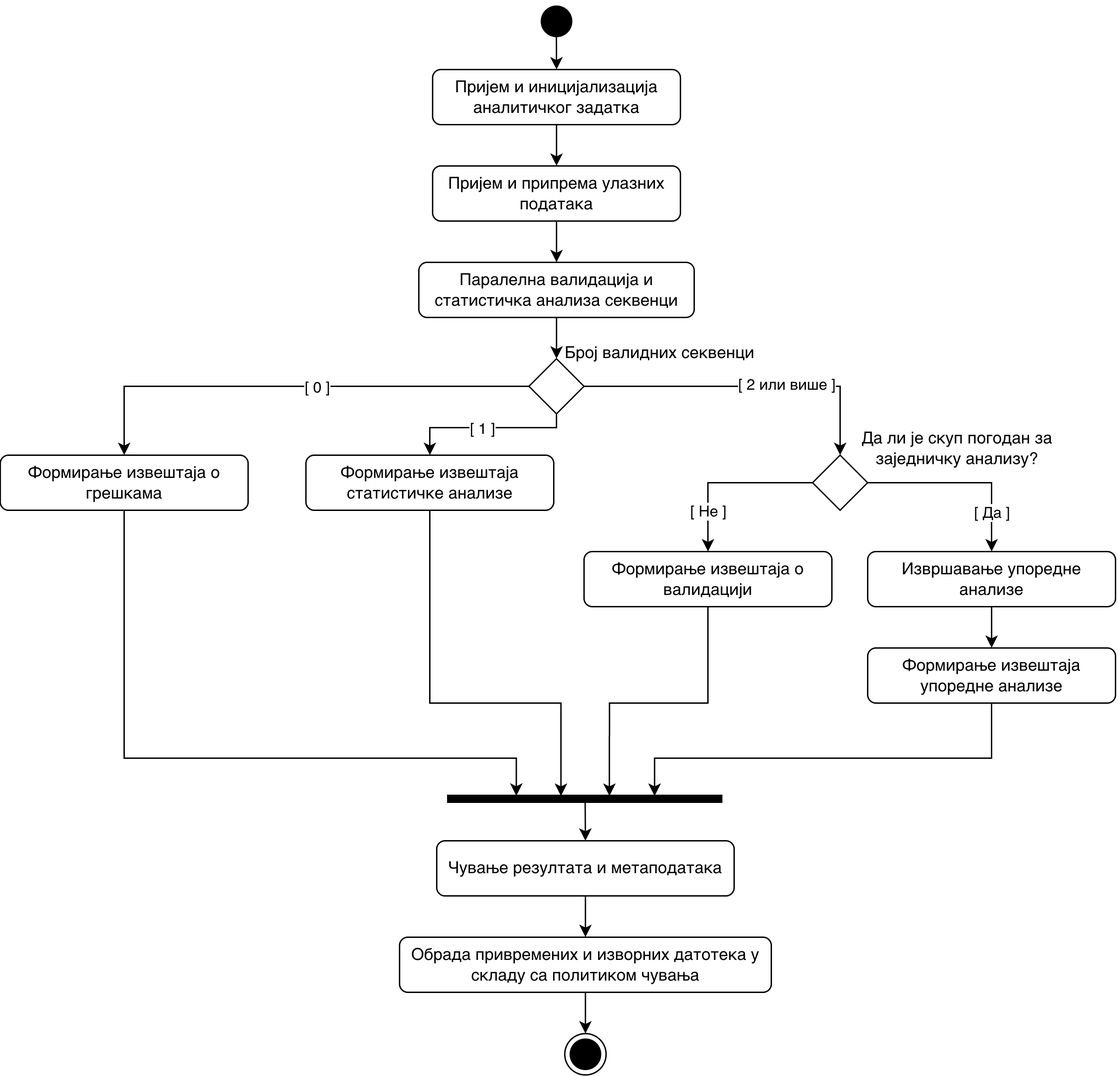
The draw.io diagram figures/system-design-diagrams/export/activity-diagram.png in RogovGreg/master-thesis, before a commit. Source tidied: cells renumbered, new cells last; positions are measured from the earlier drawing's top-left corner, leaving out a move shared by most shapes.
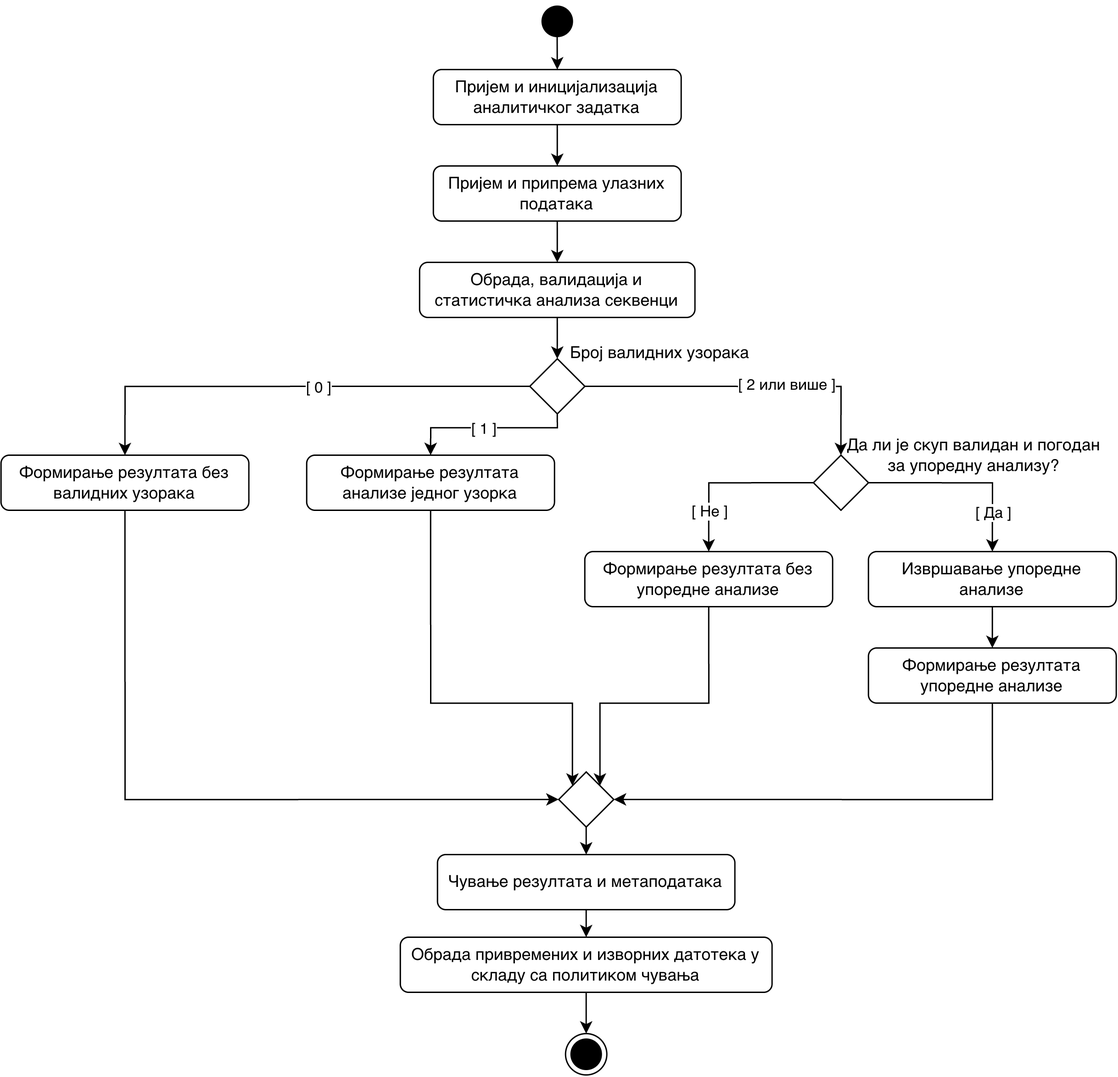
The same diagram one commit later.

Diff of the diagram source:
```diff
@@ -25,7 +25,7 @@
     <mxCell id="8" style="edgeStyle=orthogonalEdgeStyle;rounded=0;jettySize=auto;html=1;exitX=0.5;exitY=1;exitDx=0;exitDy=0;entryX=0.5;entryY=0;entryDx=0;entryDy=0;" parent="1" edge="1" source="9" target="17">
       <mxGeometry relative="1" as="geometry" />
     </mxCell>
-    <mxCell id="9" value="Паралелна валидација и статистичка анализа секвенци" style="rounded=1;whiteSpace=wrap;html=1;" parent="1" vertex="1">
+    <mxCell id="9" value="Обрада, валидација и статистичка анализа секвенци" style="rounded=1;whiteSpace=wrap;html=1;" parent="1" vertex="1">
       <mxGeometry x="304" y="190" width="200" height="40" as="geometry" />
     </mxCell>
     <mxCell id="10" style="edgeStyle=orthogonalEdgeStyle;rounded=0;jettySize=auto;html=1;exitX=0;exitY=0.5;exitDx=0;exitDy=0;entryX=0.5;entryY=0;entryDx=0;entryDy=0;" parent="1" edge="1" source="17" target="18">
@@ -63,10 +63,10 @@
     <mxCell id="17" style="rhombus;whiteSpace=wrap;html=1;" parent="1" vertex="1">
       <mxGeometry x="384" y="260" width="40" height="40" as="geometry" />
     </mxCell>
-    <mxCell id="18" value="Формирање извештаја о грешкама" style="rounded=1;whiteSpace=wrap;html=1;" parent="1" vertex="1">
+    <mxCell id="18" value="Формирање резултата без валидних узорака" style="rounded=1;whiteSpace=wrap;html=1;" parent="1" vertex="1">
       <mxGeometry y="330" width="180" height="40" as="geometry" />
     </mxCell>
-    <mxCell id="19" value="Формирање извештаја статистичке анализе" style="rounded=1;whiteSpace=wrap;html=1;" parent="1" vertex="1">
+    <mxCell id="19" value="Формирање резултата анализе једног узорка" style="rounded=1;whiteSpace=wrap;html=1;" parent="1" vertex="1">
       <mxGeometry x="222" y="330" width="180" height="40" as="geometry" />
     </mxCell>
     <mxCell id="20" style="edgeStyle=orthogonalEdgeStyle;rounded=0;jettySize=auto;html=1;exitX=0;exitY=0.5;exitDx=0;exitDy=0;entryX=0.5;entryY=0;entryDx=0;entryDy=0;" parent="1" edge="1" source="24" target="28">
@@ -88,7 +88,7 @@
     <mxCell id="24" style="rhombus;whiteSpace=wrap;html=1;" parent="1" vertex="1">
       <mxGeometry x="590" y="330" width="40" height="40" as="geometry" />
     </mxCell>
-    <mxCell id="25" value="&lt;p&gt;Формирање извештаја упоредне анализе&lt;/p&gt;" style="rounded=1;whiteSpace=wrap;html=1;" parent="1" vertex="1">
+    <mxCell id="25" value="&lt;p&gt;Формирање резултата упоредне анализе&lt;/p&gt;" style="rounded=1;whiteSpace=wrap;html=1;" parent="1" vertex="1">
       <mxGeometry x="630" y="470" width="180" height="40" as="geometry" />
     </mxCell>
     <mxCell id="26" style="edgeStyle=orthogonalEdgeStyle;rounded=0;jettySize=auto;html=1;exitX=0.5;exitY=1;exitDx=0;exitDy=0;entryX=0.5;entryY=0;entryDx=0;entryDy=0;" parent="1" edge="1" source="27" target="25">
@@ -97,14 +97,14 @@
     <mxCell id="27" value="Извршавање упоредне анализе" style="rounded=1;whiteSpace=wrap;html=1;" parent="1" vertex="1">
       <mxGeometry x="630" y="400" width="180" height="40" as="geometry" />
     </mxCell>
-    <mxCell id="28" value="Формирање извештаја о валидацији" style="rounded=1;whiteSpace=wrap;html=1;" parent="1" vertex="1">
+    <mxCell id="28" value="Формирање резултата без упоредне анализе" style="rounded=1;whiteSpace=wrap;html=1;" parent="1" vertex="1">
       <mxGeometry x="424" y="400" width="180" height="40" as="geometry" />
     </mxCell>
     <mxCell id="29" style="edgeStyle=orthogonalEdgeStyle;rounded=0;jettySize=auto;html=1;exitX=0.5;exitY=1;exitDx=0;exitDy=0;entryX=0.5;entryY=0;entryDx=0;entryDy=0;" parent="1" edge="1" source="30" target="32">
       <mxGeometry relative="1" as="geometry" />
     </mxCell>
     <mxCell id="30" value="&lt;p class=&quot;PDq2pG_selectionAnchorContainer&quot;&gt;Чување резултата и метаподатака&lt;span aria-hidden=&quot;true&quot; class=&quot;PDq2pG_selectionAnchor&quot;&gt;&lt;/span&gt;&lt;/p&gt;" style="rounded=1;whiteSpace=wrap;html=1;" parent="1" vertex="1">
-      <mxGeometry x="317" y="610" width="216" height="40" as="geometry" />
+      <mxGeometry x="317" y="620" width="216" height="40" as="geometry" />
     </mxCell>
     <mxCell id="31" style="edgeStyle=orthogonalEdgeStyle;rounded=0;jettySize=auto;html=1;exitX=0.5;exitY=1;exitDx=0;exitDy=0;entryX=0.5;entryY=0;entryDx=0;entryDy=0;" parent="1" edge="1" source="32" target="35">
       <mxGeometry relative="1" as="geometry" />
@@ -112,52 +112,50 @@
     <mxCell id="32" value="Обрада привремених и изворних датотека у складу са политиком чувања" style="rounded=1;whiteSpace=wrap;html=1;" parent="1" vertex="1">
       <mxGeometry x="290" y="680" width="270" height="40" as="geometry" />
     </mxCell>
-    <mxCell id="33" value="Број валидних секвенци" style="text;html=1;whiteSpace=wrap;strokeColor=none;fillColor=none;align=center;verticalAlign=middle;rounded=0;" parent="1" vertex="1">
+    <mxCell id="33" value="Број валидних узорака" style="text;html=1;whiteSpace=wrap;strokeColor=none;fillColor=none;align=center;verticalAlign=middle;rounded=0;" parent="1" vertex="1">
       <mxGeometry x="399" y="241" width="160" height="30" as="geometry" />
     </mxCell>
-    <mxCell id="34" style="shape=line;html=1;strokeWidth=6;strokeColor=#000000;" parent="1" vertex="1">
-      <mxGeometry x="325" y="575" width="200" height="10" as="geometry" />
-    </mxCell>
     <mxCell id="35" style="ellipse;html=1;shape=endState;fillColor=#000000;strokeColor=#000000;" parent="1" vertex="1">
       <mxGeometry x="410" y="750" width="30" height="30" as="geometry" />
     </mxCell>
-    <mxCell id="36" value="Да ли је скуп погодан за заједничку анализу?" style="text;html=1;whiteSpace=wrap;strokeColor=none;fillColor=none;align=center;verticalAlign=middle;rounded=0;" parent="1" vertex="1">
-      <mxGeometry x="600" y="310" width="190" height="30" as="geometry" />
+    <mxCell id="36" value="Да ли је скуп валидан и погодан за упоредну анализу?" style="text;html=1;whiteSpace=wrap;strokeColor=none;fillColor=none;align=center;verticalAlign=middle;rounded=0;" parent="1" vertex="1">
+      <mxGeometry x="612" y="315" width="190" height="30" as="geometry" />
     </mxCell>
-    <mxCell id="37" style="edgeStyle=orthogonalEdgeStyle;rounded=0;jettySize=auto;html=1;exitX=0.5;exitY=1;exitDx=0;exitDy=0;entryX=0.249;entryY=0.233;entryDx=0;entryDy=0;entryPerimeter=0;" parent="1" edge="1" source="18" target="34">
+    <mxCell id="37" style="edgeStyle=orthogonalEdgeStyle;rounded=0;jettySize=auto;html=1;exitX=0.5;exitY=1;exitDx=0;exitDy=0;entryX=0;entryY=0.5;entryDx=0;entryDy=0;" parent="1" edge="1" source="18" target="43">
       <mxGeometry relative="1" as="geometry">
         <Array as="points">
-          <mxPoint x="90" y="550" />
-          <mxPoint x="375" y="550" />
+          <mxPoint x="90" y="580" />
         </Array>
       </mxGeometry>
     </mxCell>
-    <mxCell id="38" style="edgeStyle=orthogonalEdgeStyle;rounded=0;jettySize=auto;html=1;exitX=0.5;exitY=1;exitDx=0;exitDy=0;entryX=0.751;entryY=0.248;entryDx=0;entryDy=0;entryPerimeter=0;" parent="1" edge="1" source="25" target="34">
+    <mxCell id="38" style="edgeStyle=orthogonalEdgeStyle;rounded=0;jettySize=auto;html=1;exitX=0.5;exitY=1;exitDx=0;exitDy=0;entryX=1;entryY=0.5;entryDx=0;entryDy=0;" parent="1" edge="1" source="25" target="43">
       <mxGeometry relative="1" as="geometry">
         <Array as="points">
-          <mxPoint x="720" y="550" />
-          <mxPoint x="475" y="550" />
+          <mxPoint x="720" y="580" />
         </Array>
       </mxGeometry>
     </mxCell>
-    <mxCell id="39" style="edgeStyle=orthogonalEdgeStyle;rounded=0;jettySize=auto;html=1;exitX=0.5;exitY=1;exitDx=0;exitDy=0;entryX=0.587;entryY=0.248;entryDx=0;entryDy=0;entryPerimeter=0;" parent="1" edge="1" source="28" target="34">
+    <mxCell id="39" style="edgeStyle=orthogonalEdgeStyle;rounded=0;jettySize=auto;html=1;exitX=0.5;exitY=1;exitDx=0;exitDy=0;entryX=1;entryY=0;entryDx=0;entryDy=0;" parent="1" edge="1" source="28" target="43">
       <mxGeometry relative="1" as="geometry">
         <Array as="points">
           <mxPoint x="514" y="510" />
-          <mxPoint x="442" y="510" />
+          <mxPoint x="435" y="510" />
         </Array>
       </mxGeometry>
     </mxCell>
-    <mxCell id="40" style="edgeStyle=orthogonalEdgeStyle;rounded=0;jettySize=auto;html=1;exitX=0.5;exitY=1;exitDx=0;exitDy=0;entryX=0.411;entryY=0.248;entryDx=0;entryDy=0;entryPerimeter=0;" parent="1" edge="1" source="19" target="34">
+    <mxCell id="40" style="edgeStyle=orthogonalEdgeStyle;rounded=0;jettySize=auto;html=1;exitX=0.5;exitY=1;exitDx=0;exitDy=0;entryX=0;entryY=0;entryDx=0;entryDy=0;" parent="1" edge="1" source="19" target="43">
       <mxGeometry relative="1" as="geometry">
         <Array as="points">
           <mxPoint x="312" y="510" />
-          <mxPoint x="407" y="510" />
+          <mxPoint x="415" y="510" />
         </Array>
       </mxGeometry>
     </mxCell>
-    <mxCell id="41" style="endArrow=classic;html=1;rounded=0;exitX=0.499;exitY=0.529;exitDx=0;exitDy=0;exitPerimeter=0;entryX=0.5;entryY=0;entryDx=0;entryDy=0;" parent="1" edge="1" source="34" target="30">
-      <mxGeometry relative="1" as="geometry" />
-    </mxCell>
+    <mxCell id="42" style="edgeStyle=orthogonalEdgeStyle;rounded=0;jettySize=auto;html=1;exitX=0.5;exitY=1;exitDx=0;exitDy=0;entryX=0.5;entryY=0;entryDx=0;entryDy=0;" parent="1" edge="1" source="43" target="30">
+      <mxGeometry relative="1" as="geometry" />
+    </mxCell>
+    <mxCell id="43" style="rhombus;whiteSpace=wrap;html=1;" parent="1" vertex="1">
+      <mxGeometry x="405" y="560" width="40" height="40" as="geometry" />
+    </mxCell>
   </root>
 </mxGraphModel>
```
